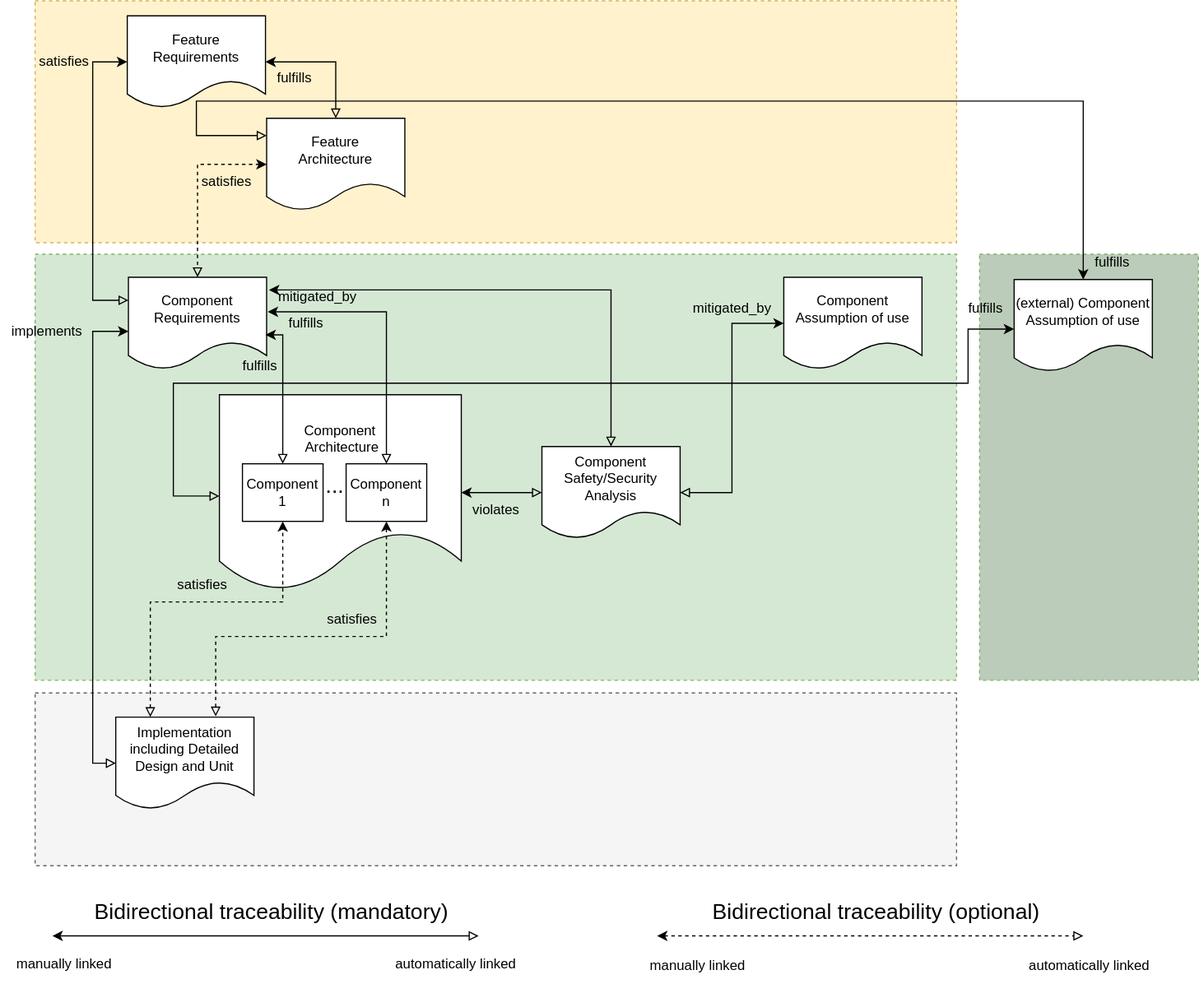
Earlier version of the draw.io export main/_images/score_traceability_model_cmp_overview_2.drawio.svg (eclipse-score/process_description). Source tidied: cells renumbered, new cells last; positions are measured from the earlier drawing's top-left corner, leaving out a move shared by most shapes.
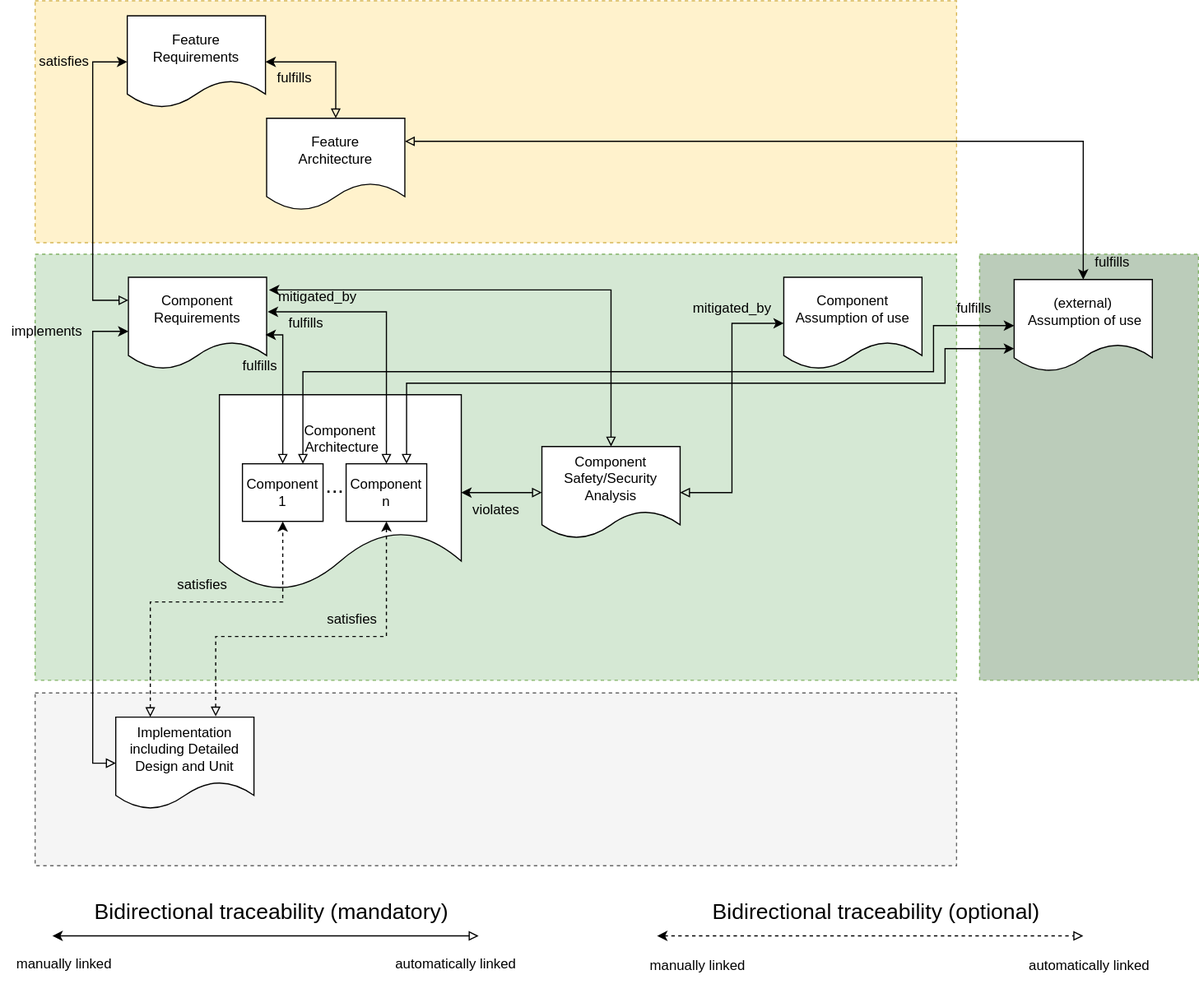
After the commit.

What changed in the source:
```diff
@@ -47,9 +47,6 @@
     <mxCell id="13" style="edgeStyle=orthogonalEdgeStyle;rounded=0;jettySize=auto;html=1;startArrow=classic;startFill=1;entryX=1;entryY=0.5;entryDx=0;entryDy=0;exitX=0;exitY=0.5;exitDx=0;exitDy=0;endArrow=block;endFill=0;" parent="1" edge="1" source="4" target="12">
       <mxGeometry relative="1" as="geometry" />
     </mxCell>
-    <mxCell id="14" style="edgeStyle=orthogonalEdgeStyle;rounded=0;jettySize=auto;html=1;entryX=0.5;entryY=0;entryDx=0;entryDy=0;startArrow=classic;startFill=1;exitX=0;exitY=0.5;exitDx=0;exitDy=0;dashed=1;endArrow=block;endFill=0;" parent="1" edge="1" source="15" target="8">
-      <mxGeometry relative="1" as="geometry" />
-    </mxCell>
     <mxCell id="15" value="Feature&lt;br&gt;Architecture" style="shape=document;whiteSpace=wrap;html=1;boundedLbl=1;" parent="1" vertex="1">
       <mxGeometry x="231" y="102" width="120" height="80" as="geometry" />
     </mxCell>
@@ -59,28 +56,22 @@
     <mxCell id="17" style="rounded=0;whiteSpace=wrap;html=1;dashed=1;fillColor=#BBCCBA;strokeColor=#82b366;" parent="1" vertex="1">
       <mxGeometry x="850" y="220" width="190" height="370" as="geometry" />
     </mxCell>
-    <mxCell id="18" style="edgeStyle=orthogonalEdgeStyle;rounded=0;jettySize=auto;html=1;entryX=0;entryY=0.25;entryDx=0;entryDy=0;fontSize=19;startArrow=classic;startFill=1;exitX=0.5;exitY=0;exitDx=0;exitDy=0;endArrow=block;endFill=0;" parent="1" edge="1" source="19">
+    <mxCell id="18" style="edgeStyle=orthogonalEdgeStyle;rounded=0;jettySize=auto;html=1;entryX=1;entryY=0.25;entryDx=0;entryDy=0;fontSize=19;startArrow=classic;startFill=1;exitX=0.5;exitY=0;exitDx=0;exitDy=0;endArrow=block;endFill=0;" parent="1" edge="1" source="19" target="15">
       <mxGeometry relative="1" as="geometry">
-        <mxPoint x="231" y="117" as="targetPoint" />
         <Array as="points">
-          <mxPoint x="940" y="87" />
-          <mxPoint x="170" y="87" />
-          <mxPoint x="170" y="117" />
+          <mxPoint x="940" y="122" />
         </Array>
       </mxGeometry>
     </mxCell>
-    <mxCell id="19" value="(external) Component Assumption of use" style="shape=document;whiteSpace=wrap;html=1;boundedLbl=1;" parent="1" vertex="1">
+    <mxCell id="19" value="(external)&lt;br&gt;&amp;nbsp;Assumption of use" style="shape=document;whiteSpace=wrap;html=1;boundedLbl=1;" parent="1" vertex="1">
       <mxGeometry x="880" y="242" width="120" height="80" as="geometry" />
     </mxCell>
-    <mxCell id="20" style="edgeStyle=orthogonalEdgeStyle;rounded=0;orthogonalLoop=1;jettySize=auto;html=1;exitX=0;exitY=0.5;exitDx=0;exitDy=0;startArrow=block;startFill=0;entryX=0;entryY=0.5;entryDx=0;entryDy=0;" parent="1" edge="1">
+    <mxCell id="20" style="edgeStyle=orthogonalEdgeStyle;rounded=0;jettySize=auto;html=1;exitX=0.75;exitY=0;exitDx=0;exitDy=0;startArrow=block;startFill=0;entryX=0;entryY=0.5;entryDx=0;entryDy=0;" parent="1" edge="1" source="25" target="19">
       <mxGeometry relative="1" as="geometry">
-        <mxPoint x="190" y="430" as="sourcePoint" />
-        <mxPoint x="880" y="285" as="targetPoint" />
         <Array as="points">
-          <mxPoint x="150" y="430" />
-          <mxPoint x="150" y="332" />
-          <mxPoint x="840" y="332" />
-          <mxPoint x="840" y="285" />
+          <mxPoint x="263" y="322" />
+          <mxPoint x="810" y="322" />
+          <mxPoint x="810" y="282" />
         </Array>
       </mxGeometry>
     </mxCell>
@@ -177,14 +168,11 @@
       <mxGeometry x="590" y="252" width="90" height="30" as="geometry" />
     </mxCell>
     <mxCell id="43" value="fulfills" style="text;html=1;align=center;verticalAlign=middle;strokeColor=none;fillColor=none;" parent="1" vertex="1">
-      <mxGeometry x="830" y="252" width="50" height="30" as="geometry" />
+      <mxGeometry x="820" y="252" width="50" height="30" as="geometry" />
     </mxCell>
     <mxCell id="44" value="fulfills" style="text;html=1;align=center;verticalAlign=middle;strokeColor=none;fillColor=none;" parent="1" vertex="1">
       <mxGeometry x="940" y="212" width="50" height="30" as="geometry" />
     </mxCell>
-    <mxCell id="45" value="satisfies" style="text;html=1;align=center;verticalAlign=middle;strokeColor=none;fillColor=none;" parent="1" vertex="1">
-      <mxGeometry x="161" y="142" width="70" height="30" as="geometry" />
-    </mxCell>
     <mxCell id="46" value="satisfies" style="text;html=1;align=center;verticalAlign=middle;strokeColor=none;fillColor=none;" parent="1" vertex="1">
       <mxGeometry x="20" y="38" width="70" height="30" as="geometry" />
     </mxCell>
@@ -203,5 +191,14 @@
     <mxCell id="51" value="fulfills" style="text;html=1;align=center;verticalAlign=middle;strokeColor=none;fillColor=none;" parent="1" vertex="1">
       <mxGeometry x="200" y="302" width="50" height="30" as="geometry" />
     </mxCell>
+    <mxCell id="52" style="edgeStyle=orthogonalEdgeStyle;rounded=0;jettySize=auto;html=1;exitX=0.75;exitY=0;exitDx=0;exitDy=0;startArrow=block;startFill=0;entryX=0;entryY=0.75;entryDx=0;entryDy=0;" parent="1" edge="1" source="26" target="19">
+      <mxGeometry relative="1" as="geometry">
+        <Array as="points">
+          <mxPoint x="353" y="332" />
+          <mxPoint x="820" y="332" />
+          <mxPoint x="820" y="302" />
+        </Array>
+      </mxGeometry>
+    </mxCell>
   </root>
 </mxGraphModel>
```
